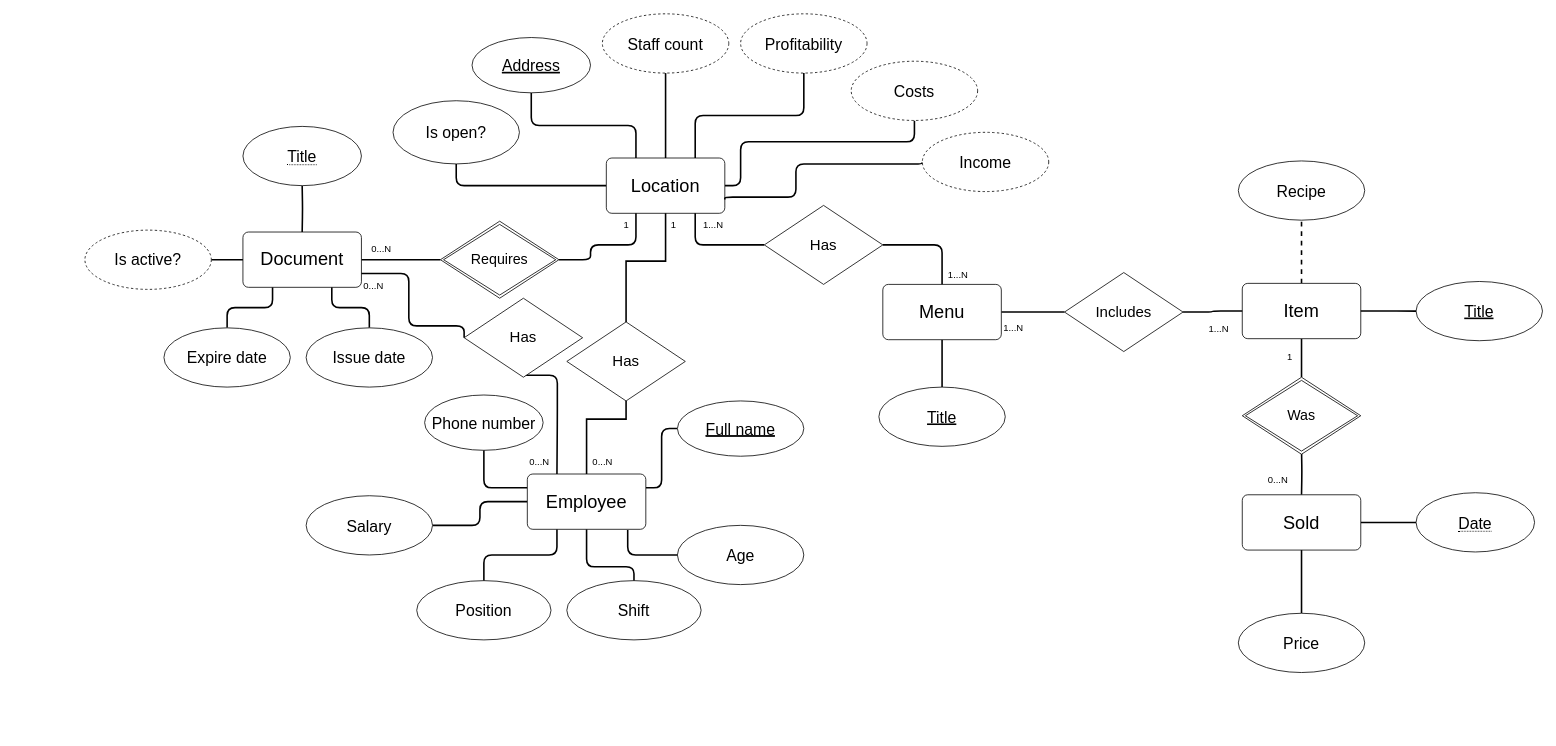
Above: lab1/diagrams/chen/er-chen.drawio.xml in MihajloVat/KPI_labs_3_sem (draw.io), before the change. Source tidied: cells renumbered, new cells numbered last; positions are measured from the earlier drawing's top-left corner, leaving out a move shared by most shapes. Both pictures are drawn from the tidied source at 79%, with x=0, y=0 at pixel (85, 13).
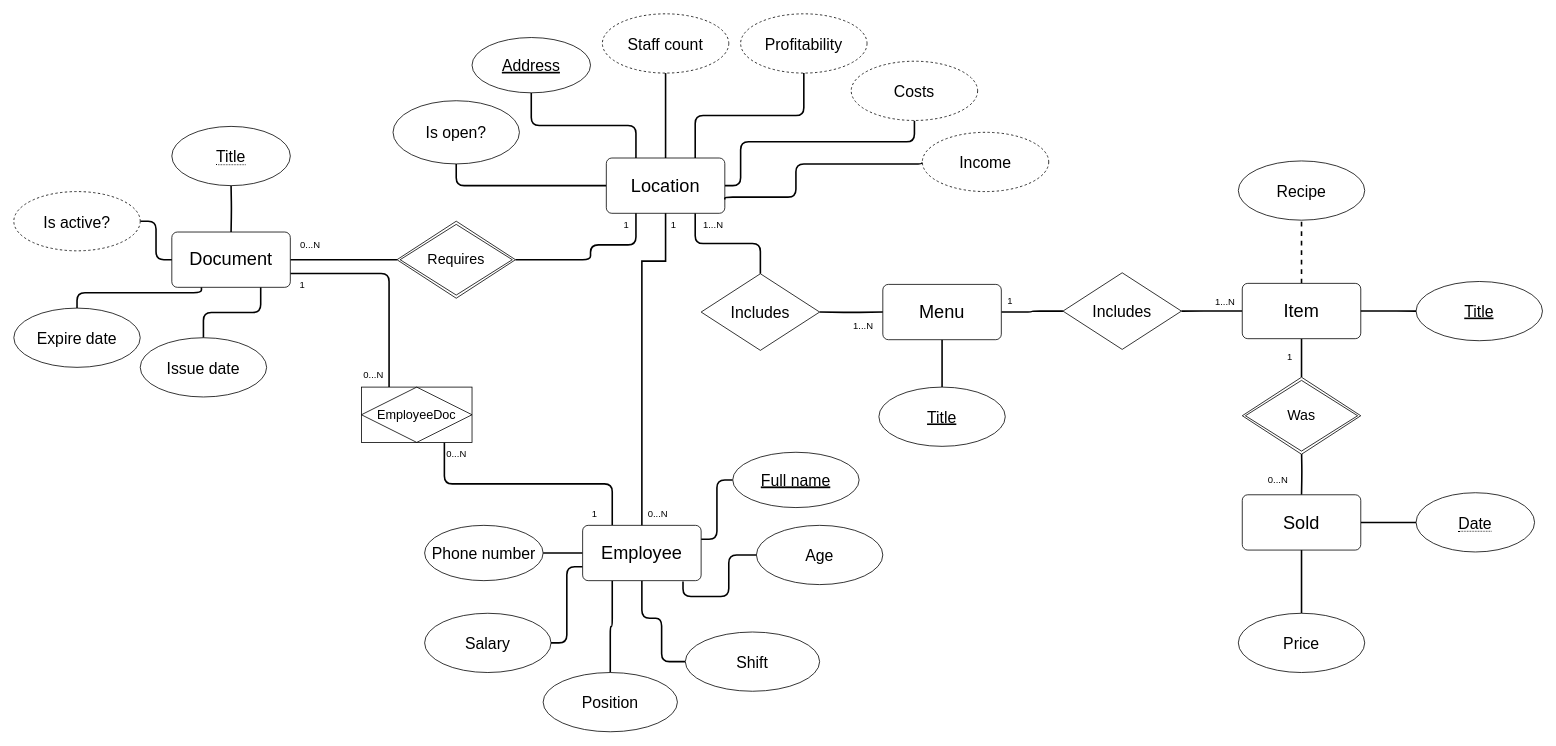
Above is the later version.

Unchanged cells that the change refers to:
```xml
<mxCell id="9" value="&lt;font style=&quot;font-size: 23px;&quot;&gt;Location&lt;/font&gt;" style="rounded=1;arcSize=10;whiteSpace=wrap;html=1;align=center;" parent="1" vertex="1">
  <mxGeometry x="660" y="182.5" width="150" height="70" as="geometry" />
</mxCell>
<mxCell id="19" value="&lt;span style=&quot;font-size: 23px;&quot;&gt;Menu&lt;/span&gt;" style="rounded=1;arcSize=10;whiteSpace=wrap;html=1;align=center;" parent="1" vertex="1">
  <mxGeometry x="1010" y="342.5" width="150" height="70" as="geometry" />
</mxCell>
<mxCell id="23" value="&lt;span style=&quot;font-size: 23px;&quot;&gt;Item&lt;/span&gt;" style="rounded=1;arcSize=10;whiteSpace=wrap;html=1;align=center;" parent="1" vertex="1">
  <mxGeometry x="1465" y="341.2" width="150" height="70" as="geometry" />
</mxCell>
```

The edit, as a diff of the source:
```diff
@@
-    <mxCell id="2" style="edgeStyle=orthogonalEdgeStyle;rounded=0;jettySize=auto;html=1;exitX=0.5;exitY=1;exitDx=0;exitDy=0;entryX=0.5;entryY=0;entryDx=0;entryDy=0;endArrow=none;endFill=0;strokeWidth=2;" parent="1" edge="1" source="43" target="16">
-      <mxGeometry relative="1" as="geometry">
-        <Array as="points">
-          <mxPoint x="685" y="513" />
-          <mxPoint x="635" y="513" />
-        </Array>
-      </mxGeometry>
-    </mxCell>
-    <mxCell id="3" style="edgeStyle=orthogonalEdgeStyle;rounded=1;jettySize=auto;html=1;exitX=1;exitY=0.5;exitDx=0;exitDy=0;entryX=0.5;entryY=0;entryDx=0;entryDy=0;endArrow=none;endFill=0;curved=0;strokeWidth=2;" parent="1" edge="1" source="33" target="19">
-      <mxGeometry relative="1" as="geometry" />
-    </mxCell>
@@
+    <mxCell id="80" style="edgeStyle=orthogonalEdgeStyle;rounded=1;jettySize=auto;html=1;exitX=0.75;exitY=1;exitDx=0;exitDy=0;entryX=0.5;entryY=0;entryDx=0;entryDy=0;curved=0;strokeWidth=2;endArrow=none;endFill=0;" parent="1" edge="1" source="9" target="94">
+      <mxGeometry relative="1" as="geometry" />
+    </mxCell>
@@
+    <mxCell id="14" style="edgeStyle=orthogonalEdgeStyle;rounded=1;jettySize=auto;html=1;exitX=0.25;exitY=1;exitDx=0;exitDy=0;entryX=0.5;entryY=0;entryDx=0;entryDy=0;curved=0;strokeWidth=2;endArrow=none;endFill=0;" parent="1" edge="1" source="16" target="42">
+      <mxGeometry relative="1" as="geometry" />
+    </mxCell>
+    <mxCell id="15" style="edgeStyle=orthogonalEdgeStyle;rounded=1;jettySize=auto;html=1;exitX=0.5;exitY=1;exitDx=0;exitDy=0;entryX=0;entryY=0.5;entryDx=0;entryDy=0;curved=0;strokeWidth=2;endArrow=none;endFill=0;" parent="1" edge="1" source="16" target="66">
+      <mxGeometry relative="1" as="geometry">
+        <Array as="points">
+          <mxPoint x="705" y="765" />
+          <mxPoint x="730" y="765" />
+          <mxPoint x="730" y="820" />
+        </Array>
+      </mxGeometry>
+    </mxCell>
-    <mxCell id="12" style="edgeStyle=orthogonalEdgeStyle;rounded=1;jettySize=auto;html=1;exitX=0;exitY=0.25;exitDx=0;exitDy=0;entryX=0.5;entryY=1;entryDx=0;entryDy=0;curved=0;strokeWidth=2;endArrow=none;endFill=0;" parent="1" edge="1" source="16" target="40">
+    <mxCell id="12" style="edgeStyle=orthogonalEdgeStyle;rounded=1;jettySize=auto;html=1;curved=0;strokeWidth=2;endArrow=none;endFill=0;" parent="1" edge="1" source="16" target="40">
       <mxGeometry relative="1" as="geometry" />
     </mxCell>
-    <mxCell id="13" style="edgeStyle=orthogonalEdgeStyle;rounded=1;jettySize=auto;html=1;exitX=0;exitY=0.5;exitDx=0;exitDy=0;entryX=1;entryY=0.5;entryDx=0;entryDy=0;curved=0;strokeWidth=2;endArrow=none;endFill=0;" parent="1" edge="1" source="16" target="41">
+    <mxCell id="13" style="edgeStyle=orthogonalEdgeStyle;rounded=1;jettySize=auto;html=1;exitX=0;exitY=0.75;exitDx=0;exitDy=0;entryX=1;entryY=0.5;entryDx=0;entryDy=0;curved=0;strokeWidth=2;endArrow=none;endFill=0;" parent="1" edge="1" source="16" target="41">
       <mxGeometry relative="1" as="geometry" />
     </mxCell>
-    <mxCell id="14" style="edgeStyle=orthogonalEdgeStyle;rounded=1;jettySize=auto;html=1;exitX=0.25;exitY=1;exitDx=0;exitDy=0;entryX=0.5;entryY=0;entryDx=0;entryDy=0;curved=0;strokeWidth=2;endArrow=none;endFill=0;" parent="1" edge="1" source="16" target="42">
-      <mxGeometry relative="1" as="geometry" />
-    </mxCell>
-    <mxCell id="15" style="edgeStyle=orthogonalEdgeStyle;rounded=1;jettySize=auto;html=1;exitX=0.5;exitY=1;exitDx=0;exitDy=0;entryX=0.5;entryY=0;entryDx=0;entryDy=0;curved=0;strokeWidth=2;endArrow=none;endFill=0;" parent="1" edge="1" source="16" target="66">
-      <mxGeometry relative="1" as="geometry">
-        <Array as="points">
-          <mxPoint x="635" y="700" />
-          <mxPoint x="695" y="700" />
-        </Array>
-      </mxGeometry>
-    </mxCell>
+    <mxCell id="81" style="edgeStyle=orthogonalEdgeStyle;rounded=1;jettySize=auto;html=1;exitX=0.25;exitY=0;exitDx=0;exitDy=0;entryX=0.75;entryY=1;entryDx=0;entryDy=0;curved=0;strokeWidth=2;endArrow=none;endFill=0;" parent="1" edge="1" source="16" target="85">
+      <mxGeometry relative="1" as="geometry" />
+    </mxCell>
     <mxCell id="16" value="&lt;font style=&quot;font-size: 23px;&quot;&gt;Employee&lt;/font&gt;" style="rounded=1;arcSize=10;whiteSpace=wrap;html=1;align=center;" parent="1" vertex="1">
-      <mxGeometry x="560" y="582.5" width="150" height="70" as="geometry" />
+      <mxGeometry x="630" y="647.5" width="150" height="70" as="geometry" />
     </mxCell>
-    <mxCell id="17" style="edgeStyle=orthogonalEdgeStyle;rounded=1;jettySize=auto;html=1;exitX=1;exitY=0.5;exitDx=0;exitDy=0;entryX=0;entryY=0.5;entryDx=0;entryDy=0;curved=0;strokeWidth=2;endArrow=none;endFill=0;" parent="1" edge="1" source="19" target="26">
-      <mxGeometry relative="1" as="geometry" />
-    </mxCell>
@@
+    <mxCell id="82" style="edgeStyle=orthogonalEdgeStyle;rounded=1;jettySize=auto;html=1;exitX=1;exitY=0.5;exitDx=0;exitDy=0;entryX=0;entryY=0.5;entryDx=0;entryDy=0;strokeWidth=2;endArrow=none;endFill=0;curved=0;" parent="1" edge="1" source="19" target="91">
+      <mxGeometry relative="1" as="geometry" />
+    </mxCell>
@@
+    <mxCell id="83" style="edgeStyle=orthogonalEdgeStyle;rounded=1;jettySize=auto;html=1;exitX=0;exitY=0.5;exitDx=0;exitDy=0;entryX=1;entryY=0.5;entryDx=0;entryDy=0;curved=0;strokeWidth=2;endArrow=none;endFill=0;" parent="1" edge="1" source="23" target="91">
+      <mxGeometry relative="1" as="geometry" />
+    </mxCell>
@@
-    <mxCell id="24" style="edgeStyle=orthogonalEdgeStyle;rounded=0;jettySize=auto;html=1;exitX=0.5;exitY=1;exitDx=0;exitDy=0;entryX=0.5;entryY=0;entryDx=0;entryDy=0;endArrow=none;endFill=0;strokeWidth=2;" parent="1" edge="1" source="9" target="43">
+    <mxCell id="24" style="edgeStyle=orthogonalEdgeStyle;rounded=0;jettySize=auto;html=1;exitX=0.5;exitY=1;exitDx=0;exitDy=0;entryX=0.5;entryY=0;entryDx=0;entryDy=0;endArrow=none;endFill=0;strokeWidth=2;" parent="1" edge="1" source="9" target="16">
       <mxGeometry relative="1" as="geometry">
         <Array as="points">
           <mxPoint x="735" y="313" />
-          <mxPoint x="685" y="313" />
+          <mxPoint x="705" y="313" />
         </Array>
       </mxGeometry>
     </mxCell>
-    <mxCell id="25" style="edgeStyle=orthogonalEdgeStyle;rounded=1;jettySize=auto;html=1;exitX=1;exitY=0.5;exitDx=0;exitDy=0;entryX=0;entryY=0.5;entryDx=0;entryDy=0;strokeWidth=2;curved=0;endArrow=none;endFill=0;" parent="1" edge="1" source="26" target="23">
-      <mxGeometry relative="1" as="geometry" />
-    </mxCell>
-    <mxCell id="26" value="&lt;font style=&quot;font-size: 19px;&quot;&gt;Includes&lt;/font&gt;" style="shape=rhombus;perimeter=rhombusPerimeter;whiteSpace=wrap;html=1;align=center;" parent="1" vertex="1">
-      <mxGeometry x="1240" y="327.5" width="150" height="100" as="geometry" />
-    </mxCell>
@@
-    <mxCell id="28" style="edgeStyle=orthogonalEdgeStyle;rounded=1;jettySize=auto;html=1;exitX=0;exitY=0.5;exitDx=0;exitDy=0;entryX=1;entryY=0.5;entryDx=0;entryDy=0;strokeWidth=2;curved=0;endArrow=none;endFill=0;" parent="1" edge="1" source="29">
-      <mxGeometry relative="1" as="geometry">
-        <mxPoint x="350" y="311.2" as="targetPoint" />
-      </mxGeometry>
+    <mxCell id="28" style="edgeStyle=orthogonalEdgeStyle;rounded=1;jettySize=auto;html=1;exitX=0;exitY=0.5;exitDx=0;exitDy=0;entryX=1;entryY=0.5;entryDx=0;entryDy=0;strokeWidth=2;curved=0;endArrow=none;endFill=0;" parent="1" edge="1" source="29" target="52">
+      <mxGeometry relative="1" as="geometry" />
     </mxCell>
     <mxCell id="29" value="&lt;font style=&quot;font-size: 18px;&quot;&gt;Requires&lt;/font&gt;" style="shape=rhombus;double=1;perimeter=rhombusPerimeter;whiteSpace=wrap;html=1;align=center;" parent="1" vertex="1">
-      <mxGeometry x="450" y="262.5" width="150" height="97.5" as="geometry" />
+      <mxGeometry x="395" y="262.5" width="150" height="97.5" as="geometry" />
     </mxCell>
@@
     <mxCell id="31" style="edgeStyle=orthogonalEdgeStyle;rounded=1;jettySize=auto;html=1;exitX=0.5;exitY=0;exitDx=0;exitDy=0;entryX=0.5;entryY=1;entryDx=0;entryDy=0;strokeWidth=2;curved=0;endArrow=none;endFill=0;" parent="1" edge="1" target="35">
       <mxGeometry relative="1" as="geometry">
-        <mxPoint x="275" y="276.2" as="sourcePoint" />
+        <mxPoint x="185" y="276.2" as="sourcePoint" />
       </mxGeometry>
     </mxCell>
-    <mxCell id="32" style="edgeStyle=orthogonalEdgeStyle;rounded=1;jettySize=auto;html=1;exitX=0.75;exitY=1;exitDx=0;exitDy=0;entryX=0;entryY=0.5;entryDx=0;entryDy=0;endArrow=none;endFill=0;curved=0;strokeWidth=2;" parent="1" edge="1" source="9" target="33">
-      <mxGeometry relative="1" as="geometry" />
-    </mxCell>
-    <mxCell id="33" value="&lt;font style=&quot;font-size: 19px;&quot;&gt;Has&lt;/font&gt;" style="shape=rhombus;perimeter=rhombusPerimeter;whiteSpace=wrap;html=1;align=center;" parent="1" vertex="1">
-      <mxGeometry x="860" y="242.5" width="150" height="100" as="geometry" />
-    </mxCell>
     <mxCell id="34" value="&lt;span style=&quot;font-size: 20px;&quot;&gt;Issue date&lt;/span&gt;" style="ellipse;whiteSpace=wrap;html=1;align=center;" parent="1" vertex="1">
-      <mxGeometry x="280" y="397.5" width="160" height="75" as="geometry" />
+      <mxGeometry x="70" y="410" width="160" height="75" as="geometry" />
     </mxCell>
     <mxCell id="35" value="&lt;span style=&quot;border-bottom: 1px dotted&quot;&gt;&lt;font style=&quot;font-size: 20px;&quot;&gt;Title&lt;/font&gt;&lt;/span&gt;" style="ellipse;whiteSpace=wrap;html=1;align=center;" parent="1" vertex="1">
-      <mxGeometry x="200" y="142.5" width="150" height="75" as="geometry" />
+      <mxGeometry x="110" y="142.5" width="150" height="75" as="geometry" />
     </mxCell>
@@
     <mxCell id="38" value="&lt;u style=&quot;font-size: 20px;&quot;&gt;Full name&lt;/u&gt;" style="ellipse;whiteSpace=wrap;html=1;align=center;fontStyle=4;" parent="1" vertex="1">
-      <mxGeometry x="750" y="490" width="160" height="70" as="geometry" />
+      <mxGeometry x="820" y="555" width="160" height="70" as="geometry" />
     </mxCell>
     <mxCell id="39" value="&lt;span style=&quot;font-size: 20px;&quot;&gt;Age&lt;/span&gt;" style="ellipse;whiteSpace=wrap;html=1;align=center;" parent="1" vertex="1">
-      <mxGeometry x="750" y="647.5" width="160" height="75" as="geometry" />
+      <mxGeometry x="850" y="647.5" width="160" height="75" as="geometry" />
     </mxCell>
     <mxCell id="40" value="&lt;span style=&quot;font-size: 20px;&quot;&gt;Phone number&lt;/span&gt;" style="ellipse;whiteSpace=wrap;html=1;align=center;" parent="1" vertex="1">
-      <mxGeometry x="430" y="482.5" width="150" height="70" as="geometry" />
+      <mxGeometry x="430" y="647.5" width="150" height="70" as="geometry" />
     </mxCell>
     <mxCell id="41" value="&lt;span style=&quot;font-size: 20px;&quot;&gt;Salary&lt;/span&gt;" style="ellipse;whiteSpace=wrap;html=1;align=center;" parent="1" vertex="1">
-      <mxGeometry x="280" y="610" width="160" height="75" as="geometry" />
+      <mxGeometry x="430" y="758.8" width="160" height="75" as="geometry" />
     </mxCell>
     <mxCell id="42" value="&lt;font style=&quot;font-size: 20px;&quot;&gt;Position&lt;/font&gt;" style="ellipse;whiteSpace=wrap;html=1;align=center;" parent="1" vertex="1">
-      <mxGeometry x="420" y="717.5" width="170" height="75" as="geometry" />
+      <mxGeometry x="580" y="833.8" width="170" height="75" as="geometry" />
     </mxCell>
-    <mxCell id="43" value="&lt;font style=&quot;font-size: 19px;&quot;&gt;Has&lt;/font&gt;" style="shape=rhombus;perimeter=rhombusPerimeter;whiteSpace=wrap;html=1;align=center;" parent="1" vertex="1">
-      <mxGeometry x="610" y="390" width="150" height="100" as="geometry" />
-    </mxCell>
@@
     <mxCell id="51" style="edgeStyle=orthogonalEdgeStyle;rounded=1;jettySize=auto;html=1;exitX=0.25;exitY=1;exitDx=0;exitDy=0;entryX=0.5;entryY=0;entryDx=0;entryDy=0;curved=0;strokeWidth=2;endArrow=none;endFill=0;" parent="1" edge="1" source="52" target="62">
-      <mxGeometry relative="1" as="geometry" />
+      <mxGeometry relative="1" as="geometry">
+        <Array as="points">
+          <mxPoint x="148" y="353" />
+          <mxPoint x="-10" y="353" />
+        </Array>
+      </mxGeometry>
     </mxCell>
+    <mxCell id="84" style="edgeStyle=orthogonalEdgeStyle;rounded=1;jettySize=auto;html=1;exitX=1;exitY=0.75;exitDx=0;exitDy=0;curved=0;strokeWidth=2;endArrow=none;endFill=0;entryX=0.25;entryY=0;entryDx=0;entryDy=0;" parent="1" edge="1" source="52" target="85">
+      <mxGeometry relative="1" as="geometry" />
+    </mxCell>
     <mxCell id="52" value="&lt;span style=&quot;font-size: 23px;&quot;&gt;Document&lt;/span&gt;" style="rounded=1;arcSize=10;whiteSpace=wrap;html=1;align=center;" parent="1" vertex="1">
-      <mxGeometry x="200" y="276.2" width="150" height="70" as="geometry" />
+      <mxGeometry x="110" y="276.2" width="150" height="70" as="geometry" />
     </mxCell>
@@
     <mxCell id="54" value="0...N" style="text;html=1;align=center;verticalAlign=middle;strokeColor=none;fillColor=none;rotation=0;" parent="1" vertex="1">
-      <mxGeometry x="630" y="552.5" width="50" height="30" as="geometry" />
+      <mxGeometry x="700" y="617.5" width="50" height="30" as="geometry" />
     </mxCell>
@@
     <mxCell id="56" value="0...N" style="text;html=1;align=center;verticalAlign=middle;strokeColor=none;fillColor=none;rotation=0;" parent="1" vertex="1">
-      <mxGeometry x="350" y="282.5" width="50" height="30" as="geometry" />
+      <mxGeometry x="260" y="277.5" width="50" height="30" as="geometry" />
     </mxCell>
@@
     <mxCell id="58" value="1...N" style="text;html=1;align=center;verticalAlign=middle;strokeColor=none;fillColor=none;" parent="1" vertex="1">
-      <mxGeometry x="1080" y="316.2" width="50" height="30" as="geometry" />
+      <mxGeometry x="960" y="379.5" width="50" height="30" as="geometry" />
     </mxCell>
-    <mxCell id="59" value="1...N" style="text;html=1;align=center;verticalAlign=middle;strokeColor=none;fillColor=none;" parent="1" vertex="1">
-      <mxGeometry x="1410" y="383.8" width="50" height="30" as="geometry" />
-    </mxCell>
-    <mxCell id="60" value="1...N" style="text;html=1;align=center;verticalAlign=middle;strokeColor=none;fillColor=none;" parent="1" vertex="1">
-      <mxGeometry x="1150" y="372.5" width="50" height="50" as="geometry" />
-    </mxCell>
@@
     <mxCell id="62" value="&lt;span style=&quot;font-size: 20px;&quot;&gt;Expire date&lt;/span&gt;" style="ellipse;whiteSpace=wrap;html=1;align=center;" parent="1" vertex="1">
-      <mxGeometry x="100" y="397.5" width="160" height="75" as="geometry" />
+      <mxGeometry x="-90" y="372.5" width="160" height="75" as="geometry" />
     </mxCell>
@@
     <mxCell id="65" value="&lt;span style=&quot;font-size: 20px;&quot;&gt;Is active?&lt;/span&gt;" style="ellipse;whiteSpace=wrap;html=1;align=center;dashed=1;" parent="1" vertex="1">
-      <mxGeometry y="273.8" width="160" height="75" as="geometry" />
+      <mxGeometry x="-90" y="225" width="160" height="75" as="geometry" />
     </mxCell>
     <mxCell id="66" value="&lt;span style=&quot;font-size: 20px;&quot;&gt;Shift&lt;/span&gt;" style="ellipse;whiteSpace=wrap;html=1;align=center;" parent="1" vertex="1">
-      <mxGeometry x="610" y="717.5" width="170" height="75" as="geometry" />
+      <mxGeometry x="760" y="782.5" width="170" height="75" as="geometry" />
     </mxCell>
-    <mxCell id="67" style="edgeStyle=orthogonalEdgeStyle;rounded=1;jettySize=auto;html=1;entryX=1;entryY=0.75;entryDx=0;entryDy=0;curved=0;strokeWidth=2;endArrow=none;endFill=0;exitX=0;exitY=0.5;exitDx=0;exitDy=0;" parent="1" edge="1" source="71" target="52">
-      <mxGeometry relative="1" as="geometry">
-        <Array as="points">
-          <mxPoint x="480" y="395" />
-          <mxPoint x="410" y="395" />
-          <mxPoint x="410" y="329" />
-        </Array>
-      </mxGeometry>
-    </mxCell>
-    <mxCell id="68" style="edgeStyle=orthogonalEdgeStyle;rounded=1;jettySize=auto;html=1;exitX=0.5;exitY=1;exitDx=0;exitDy=0;entryX=0.25;entryY=0;entryDx=0;entryDy=0;curved=0;strokeWidth=2;endArrow=none;endFill=0;" parent="1" edge="1" target="16">
-      <mxGeometry relative="1" as="geometry">
-        <mxPoint x="555" y="457.5" as="sourcePoint" />
-        <Array as="points">
-          <mxPoint x="598" y="458" />
-          <mxPoint x="598" y="510" />
-        </Array>
-      </mxGeometry>
-    </mxCell>
-    <mxCell id="69" value="0...N" style="text;html=1;align=center;verticalAlign=middle;strokeColor=none;fillColor=none;rotation=0;" parent="1" vertex="1">
-      <mxGeometry x="340" y="330" width="50" height="30" as="geometry" />
-    </mxCell>
-    <mxCell id="70" value="0...N" style="text;html=1;align=center;verticalAlign=middle;strokeColor=none;fillColor=none;rotation=0;" parent="1" vertex="1">
-      <mxGeometry x="550" y="552.5" width="50" height="30" as="geometry" />
-    </mxCell>
-    <mxCell id="71" value="&lt;font style=&quot;font-size: 19px;&quot;&gt;Has&lt;/font&gt;" style="shape=rhombus;perimeter=rhombusPerimeter;whiteSpace=wrap;html=1;align=center;" parent="1" vertex="1">
-      <mxGeometry x="480" y="360" width="150" height="100" as="geometry" />
-    </mxCell>
@@
+    <mxCell id="85" value="&lt;font style=&quot;font-size: 16px;&quot;&gt;EmployeeDoc&lt;/font&gt;" style="shape=associativeEntity;whiteSpace=wrap;html=1;align=center;" parent="1" vertex="1">
+      <mxGeometry x="350" y="472.5" width="140" height="70" as="geometry" />
+    </mxCell>
+    <mxCell id="86" value="1" style="text;html=1;align=center;verticalAlign=middle;strokeColor=none;fillColor=none;rotation=0;" parent="1" vertex="1">
+      <mxGeometry x="240" y="307.5" width="70" height="70" as="geometry" />
+    </mxCell>
+    <mxCell id="87" value="0...N" style="text;html=1;align=center;verticalAlign=middle;strokeColor=none;fillColor=none;rotation=0;" parent="1" vertex="1">
+      <mxGeometry x="340" y="442.5" width="50" height="30" as="geometry" />
+    </mxCell>
+    <mxCell id="88" value="0...N" style="text;html=1;align=center;verticalAlign=middle;strokeColor=none;fillColor=none;rotation=0;" parent="1" vertex="1">
+      <mxGeometry x="445" y="542.5" width="50" height="30" as="geometry" />
+    </mxCell>
+    <mxCell id="89" value="1" style="text;html=1;align=center;verticalAlign=middle;strokeColor=none;fillColor=none;rotation=0;" parent="1" vertex="1">
+      <mxGeometry x="610" y="597.5" width="70" height="70" as="geometry" />
+    </mxCell>
+    <mxCell id="90" style="edgeStyle=orthogonalEdgeStyle;rounded=1;jettySize=auto;html=1;exitX=1;exitY=0.5;exitDx=0;exitDy=0;entryX=0;entryY=0.5;entryDx=0;entryDy=0;curved=0;strokeWidth=2;endArrow=none;endFill=0;" parent="1" edge="1" target="19">
+      <mxGeometry relative="1" as="geometry">
+        <mxPoint x="930" y="377.5" as="sourcePoint" />
+      </mxGeometry>
+    </mxCell>
+    <mxCell id="91" value="&lt;font style=&quot;font-size: 20px;&quot;&gt;Includes&lt;/font&gt;" style="shape=rhombus;perimeter=rhombusPerimeter;whiteSpace=wrap;html=1;align=center;" parent="1" vertex="1">
+      <mxGeometry x="1238" y="327.8" width="150" height="97" as="geometry" />
+    </mxCell>
+    <mxCell id="92" value="1...N" style="text;html=1;align=center;verticalAlign=middle;strokeColor=none;fillColor=none;" parent="1" vertex="1">
+      <mxGeometry x="1418" y="349.5" width="50" height="30" as="geometry" />
+    </mxCell>
+    <mxCell id="93" value="1" style="text;html=1;align=center;verticalAlign=middle;strokeColor=none;fillColor=none;" parent="1" vertex="1">
+      <mxGeometry x="1136" y="328.5" width="70" height="70" as="geometry" />
+    </mxCell>
+    <mxCell id="94" value="&lt;font style=&quot;font-size: 20px;&quot;&gt;Includes&lt;/font&gt;" style="shape=rhombus;perimeter=rhombusPerimeter;whiteSpace=wrap;html=1;align=center;" parent="1" vertex="1">
+      <mxGeometry x="780" y="329" width="150" height="97" as="geometry" />
+    </mxCell>
```
